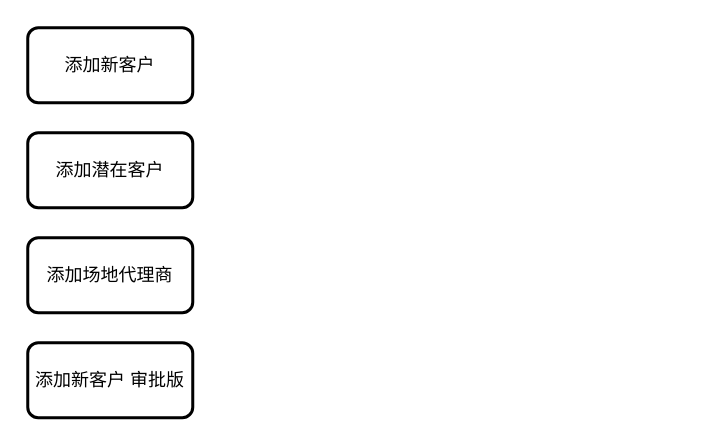
Before: elc/poly.drawio in russell7/draw.io, a draw.io diagram. Source tidied: cells renumbered, new cells numbered last; positions are measured from the earlier drawing's top-left corner, leaving out a move shared by most shapes. Both pictures are drawn from the tidied source at 150%, with x=0, y=0 at pixel (27, 27).
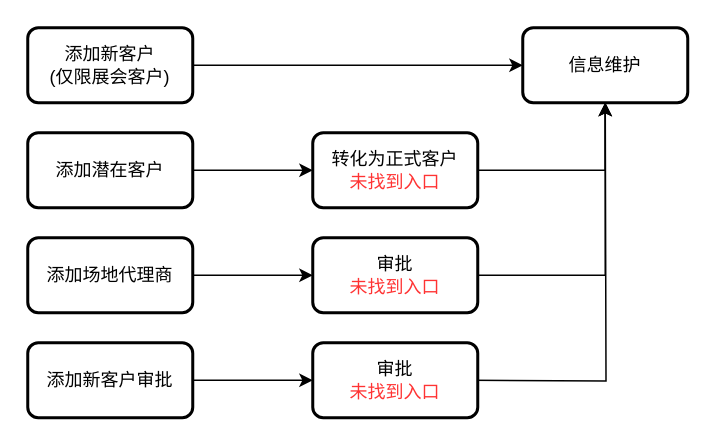
The same page after the edit.

Diff of the diagram source:
```diff
@@
 <mxGraphModel>
   <root>
     <mxCell id="0" />
     <mxCell id="1" parent="0" />
+    <mxCell id="6" style="edgeStyle=orthogonalEdgeStyle;rounded=0;jettySize=auto;html=1;" parent="1" edge="1" source="2" target="7">
+      <mxGeometry relative="1" as="geometry" />
+    </mxCell>
-    <mxCell id="2" value="添加新客户" style="rounded=1;whiteSpace=wrap;html=1;absoluteArcSize=1;arcSize=14;strokeWidth=2;" parent="1" vertex="1">
+    <mxCell id="2" value="添加新客户&lt;br&gt;(仅限展会客户)" style="rounded=1;whiteSpace=wrap;html=1;absoluteArcSize=1;arcSize=14;strokeWidth=2;" parent="1" vertex="1">
       <mxGeometry width="110" height="50" as="geometry" />
     </mxCell>
+    <mxCell id="7" value="信息维护" style="rounded=1;whiteSpace=wrap;html=1;absoluteArcSize=1;arcSize=14;strokeWidth=2;" parent="1" vertex="1">
+      <mxGeometry x="330" width="110" height="50" as="geometry" />
+    </mxCell>
+    <mxCell id="8" style="edgeStyle=orthogonalEdgeStyle;rounded=0;jettySize=auto;html=1;" parent="1" edge="1" source="3" target="10">
+      <mxGeometry relative="1" as="geometry" />
+    </mxCell>
     <mxCell id="3" value="添加潜在客户" style="rounded=1;whiteSpace=wrap;html=1;absoluteArcSize=1;arcSize=14;strokeWidth=2;" parent="1" vertex="1">
       <mxGeometry y="70" width="110" height="50" as="geometry" />
     </mxCell>
+    <mxCell id="9" style="edgeStyle=orthogonalEdgeStyle;rounded=0;jettySize=auto;html=1;entryX=0.5;entryY=1;entryDx=0;entryDy=0;" parent="1" edge="1" source="10" target="7">
+      <mxGeometry relative="1" as="geometry" />
+    </mxCell>
+    <mxCell id="10" value="转化为正式客户&lt;br&gt;&lt;font color=&quot;#ff3333&quot;&gt;未找到入口&lt;/font&gt;" style="rounded=1;whiteSpace=wrap;html=1;absoluteArcSize=1;arcSize=14;strokeWidth=2;" parent="1" vertex="1">
+      <mxGeometry x="190" y="70" width="110" height="50" as="geometry" />
+    </mxCell>
+    <mxCell id="11" style="edgeStyle=orthogonalEdgeStyle;rounded=0;jettySize=auto;html=1;" parent="1" edge="1" source="4" target="16">
+      <mxGeometry relative="1" as="geometry" />
+    </mxCell>
     <mxCell id="4" value="添加场地代理商" style="rounded=1;whiteSpace=wrap;html=1;absoluteArcSize=1;arcSize=14;strokeWidth=2;" parent="1" vertex="1">
       <mxGeometry y="140" width="110" height="50" as="geometry" />
     </mxCell>
+    <mxCell id="12" style="edgeStyle=orthogonalEdgeStyle;rounded=0;jettySize=auto;html=1;" parent="1" edge="1" source="5" target="14">
+      <mxGeometry relative="1" as="geometry" />
+    </mxCell>
-    <mxCell id="5" value="添加新客户 审批版" style="rounded=1;whiteSpace=wrap;html=1;absoluteArcSize=1;arcSize=14;strokeWidth=2;" parent="1" vertex="1">
+    <mxCell id="5" value="添加新客户审批" style="rounded=1;whiteSpace=wrap;html=1;absoluteArcSize=1;arcSize=14;strokeWidth=2;" parent="1" vertex="1">
       <mxGeometry y="210" width="110" height="50" as="geometry" />
     </mxCell>
+    <mxCell id="13" style="edgeStyle=orthogonalEdgeStyle;rounded=0;orthogonalLoop=1;jettySize=auto;html=1;" parent="1" edge="1">
+      <mxGeometry relative="1" as="geometry">
+        <mxPoint x="295" y="235" as="sourcePoint" />
+        <mxPoint x="385" y="50" as="targetPoint" />
+      </mxGeometry>
+    </mxCell>
+    <mxCell id="14" value="审批&lt;br&gt;&lt;font color=&quot;#ff3333&quot;&gt;未找到入口&lt;/font&gt;" style="rounded=1;whiteSpace=wrap;html=1;absoluteArcSize=1;arcSize=14;strokeWidth=2;" parent="1" vertex="1">
+      <mxGeometry x="190" y="210" width="110" height="50" as="geometry" />
+    </mxCell>
+    <mxCell id="15" style="edgeStyle=orthogonalEdgeStyle;rounded=0;jettySize=auto;html=1;entryX=0.5;entryY=1;entryDx=0;entryDy=0;" parent="1" edge="1" source="16" target="7">
+      <mxGeometry relative="1" as="geometry" />
+    </mxCell>
+    <mxCell id="16" value="审批&lt;br&gt;&lt;font color=&quot;#ff3333&quot;&gt;未找到入口&lt;/font&gt;" style="rounded=1;whiteSpace=wrap;html=1;absoluteArcSize=1;arcSize=14;strokeWidth=2;" parent="1" vertex="1">
+      <mxGeometry x="190" y="140" width="110" height="50" as="geometry" />
+    </mxCell>
   </root>
 </mxGraphModel>
```
